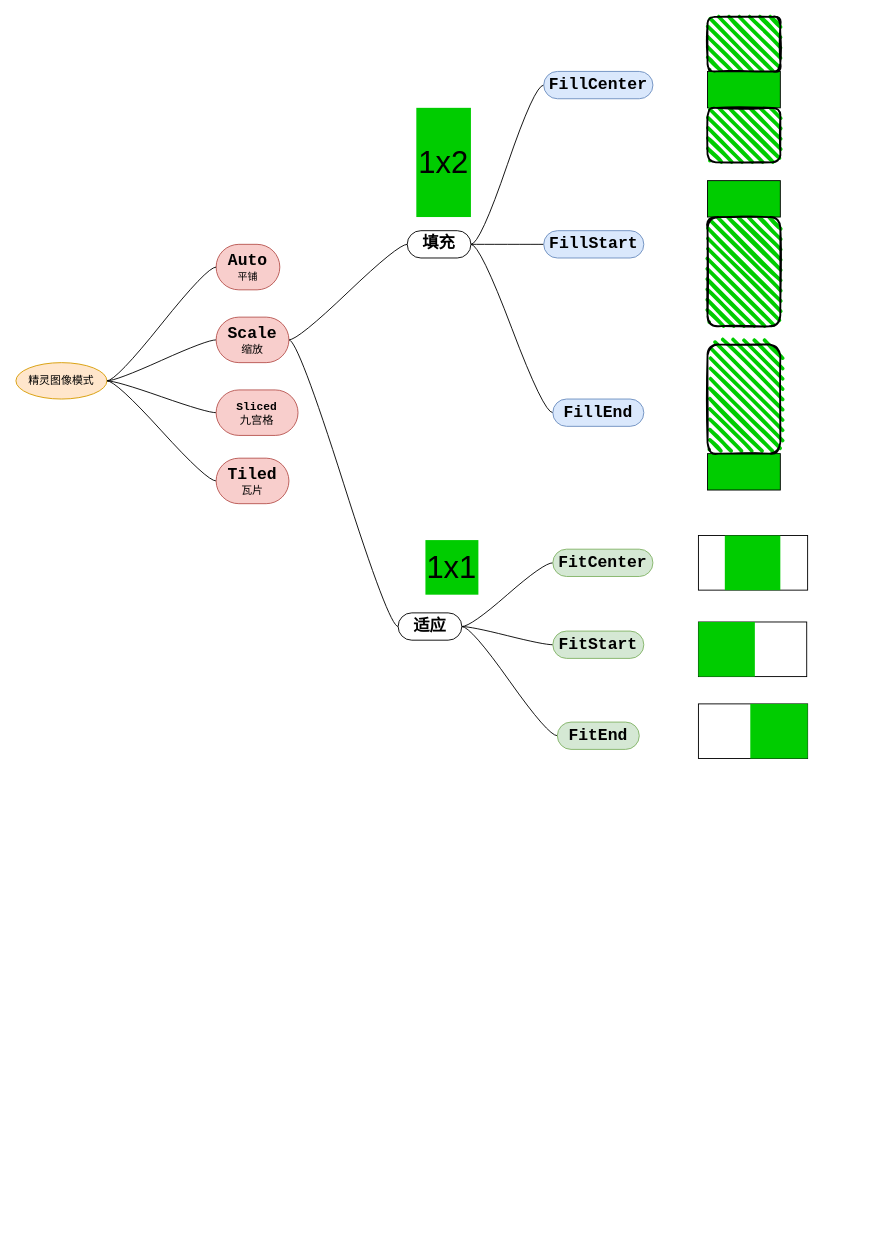
Earlier version of the draw.io diagram page "精灵的图像拉伸模式" (8 of 8) of bevy-0.17.drawio (topkg/graph). Source tidied: cells renumbered, new cells numbered last; positions are measured from the earlier drawing's top-left corner, leaving out a move shared by most shapes. Both pictures are drawn from the tidied source at 91%, with x=0, y=0 at pixel (15, 16).
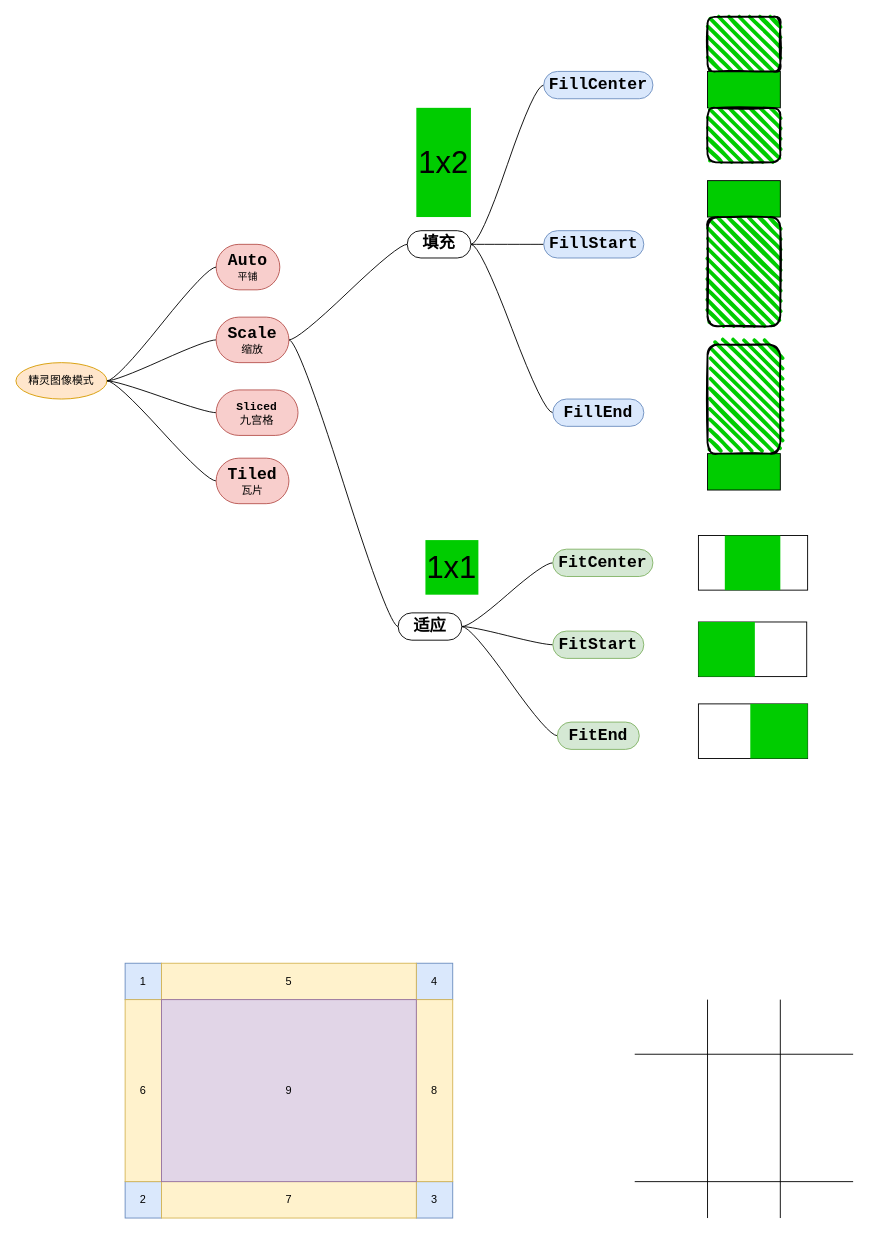
The same page after the edit.

Commit message:
图像拉伸九宫格

What changed in the source:
```diff
@@
+    <mxCell id="42" value="1" style="rounded=0;whiteSpace=wrap;html=1;fillColor=#dae8fc;strokeColor=#6c8ebf;" parent="1" vertex="1">
+      <mxGeometry x="120" y="1040" width="40" height="40" as="geometry" />
+    </mxCell>
+    <mxCell id="43" value="2" style="rounded=0;whiteSpace=wrap;html=1;fillColor=#dae8fc;strokeColor=#6c8ebf;" parent="1" vertex="1">
+      <mxGeometry x="120" y="1280" width="40" height="40" as="geometry" />
+    </mxCell>
+    <mxCell id="44" value="3" style="rounded=0;whiteSpace=wrap;html=1;fillColor=#dae8fc;strokeColor=#6c8ebf;" parent="1" vertex="1">
+      <mxGeometry x="440" y="1280" width="40" height="40" as="geometry" />
+    </mxCell>
+    <mxCell id="45" value="4" style="rounded=0;whiteSpace=wrap;html=1;fillColor=#dae8fc;strokeColor=#6c8ebf;" parent="1" vertex="1">
+      <mxGeometry x="440" y="1040" width="40" height="40" as="geometry" />
+    </mxCell>
+    <mxCell id="46" value="8" style="rounded=0;whiteSpace=wrap;html=1;fillColor=#fff2cc;strokeColor=#d6b656;" parent="1" vertex="1">
+      <mxGeometry x="440" y="1080" width="40" height="200" as="geometry" />
+    </mxCell>
+    <mxCell id="47" value="6" style="rounded=0;whiteSpace=wrap;html=1;fillColor=#fff2cc;strokeColor=#d6b656;" parent="1" vertex="1">
+      <mxGeometry x="120" y="1080" width="40" height="200" as="geometry" />
+    </mxCell>
+    <mxCell id="48" value="7" style="rounded=0;whiteSpace=wrap;html=1;fillColor=#fff2cc;strokeColor=#d6b656;" parent="1" vertex="1">
+      <mxGeometry x="160" y="1280" width="280" height="40" as="geometry" />
+    </mxCell>
+    <mxCell id="49" value="5" style="rounded=0;whiteSpace=wrap;html=1;fillColor=#fff2cc;strokeColor=#d6b656;" parent="1" vertex="1">
+      <mxGeometry x="160" y="1040" width="280" height="40" as="geometry" />
+    </mxCell>
+    <mxCell id="50" value="9" style="rounded=0;whiteSpace=wrap;html=1;fillColor=#e1d5e7;strokeColor=#9673a6;" parent="1" vertex="1">
+      <mxGeometry x="160" y="1080" width="280" height="200" as="geometry" />
+    </mxCell>
+    <mxCell id="51" style="endArrow=none;html=1;rounded=0;" parent="1" edge="1">
+      <mxGeometry relative="1" as="geometry">
+        <mxPoint x="760" y="1320" as="sourcePoint" />
+        <mxPoint x="760" y="1080" as="targetPoint" />
+      </mxGeometry>
+    </mxCell>
+    <mxCell id="52" style="endArrow=none;html=1;rounded=0;" parent="1" edge="1">
+      <mxGeometry relative="1" as="geometry">
+        <mxPoint x="840" y="1320" as="sourcePoint" />
+        <mxPoint x="840" y="1080" as="targetPoint" />
+      </mxGeometry>
+    </mxCell>
+    <mxCell id="53" style="endArrow=none;html=1;rounded=0;" parent="1" edge="1">
+      <mxGeometry relative="1" as="geometry">
+        <mxPoint x="920" y="1140" as="sourcePoint" />
+        <mxPoint x="680" y="1140" as="targetPoint" />
+      </mxGeometry>
+    </mxCell>
+    <mxCell id="54" style="endArrow=none;html=1;rounded=0;" parent="1" edge="1">
+      <mxGeometry relative="1" as="geometry">
+        <mxPoint x="920" y="1280" as="sourcePoint" />
+        <mxPoint x="680" y="1280" as="targetPoint" />
+      </mxGeometry>
+    </mxCell>
```
